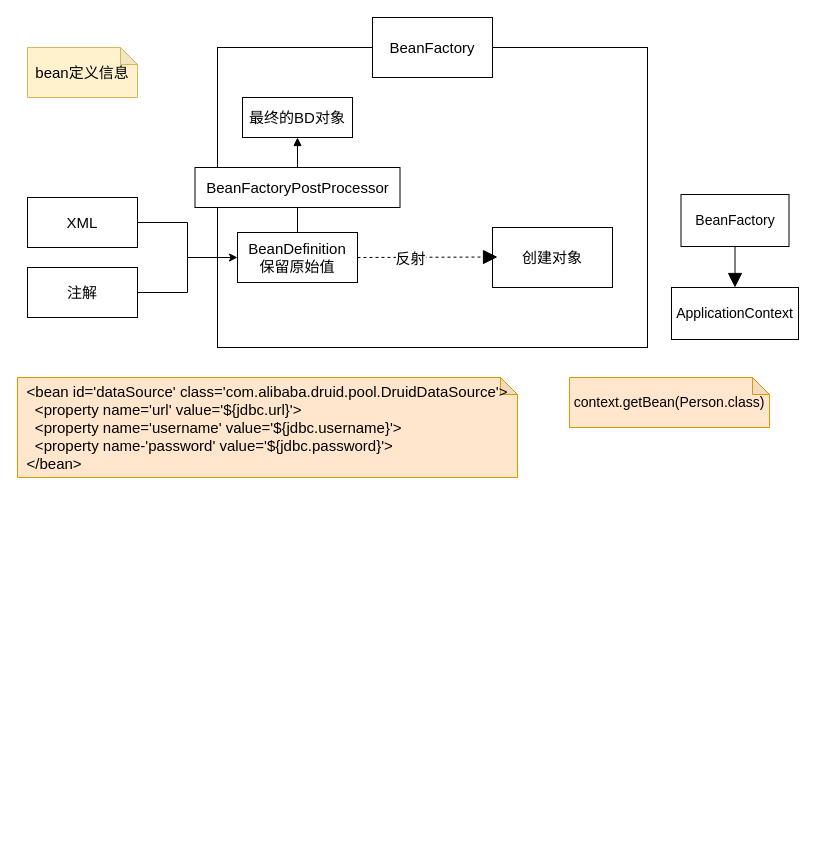
This is study/Spring学习.drawio from Chris-z-su/wollo, a draw.io file, before an edit. Source tidied: cells renumbered, new cells numbered last; positions are measured from the earlier drawing's top-left corner, leaving out a move shared by most shapes. Both pictures are drawn from the tidied source at 100%, with x=0, y=0 at pixel (17, 17).
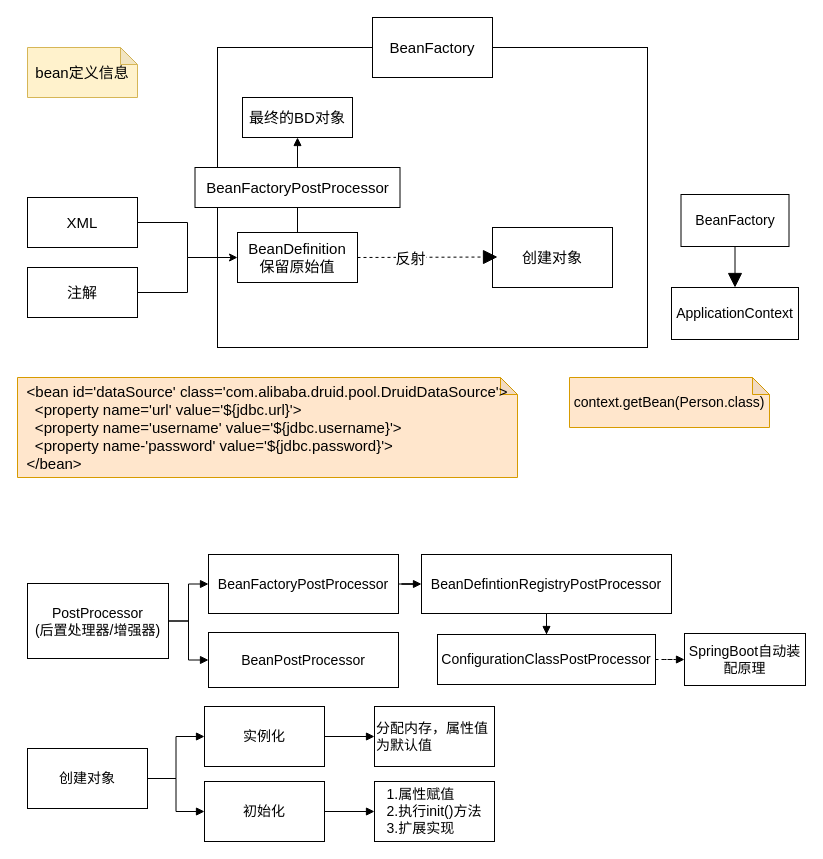
The same diagram, later.

The edit, as a diff of the source:
```diff
@@
+    <mxCell id="21" style="edgeStyle=orthogonalEdgeStyle;rounded=0;jettySize=auto;html=1;fontSize=14;endArrow=block;endFill=1;" parent="1" edge="1" source="23" target="24">
+      <mxGeometry relative="1" as="geometry" />
+    </mxCell>
+    <mxCell id="22" style="edgeStyle=orthogonalEdgeStyle;rounded=0;jettySize=auto;html=1;fontSize=14;endArrow=block;endFill=1;" parent="1" edge="1" source="23" target="26">
+      <mxGeometry relative="1" as="geometry" />
+    </mxCell>
+    <mxCell id="23" value="PostProcessor&lt;br&gt;(后置处理器/增强器)" style="rounded=0;whiteSpace=wrap;html=1;fontSize=14;" parent="1" vertex="1">
+      <mxGeometry x="10" y="566" width="141" height="75" as="geometry" />
+    </mxCell>
+    <mxCell id="24" value="BeanPostProcessor" style="rounded=0;whiteSpace=wrap;html=1;fontSize=14;" parent="1" vertex="1">
+      <mxGeometry x="191" y="615" width="190" height="55" as="geometry" />
+    </mxCell>
+    <mxCell id="25" style="edgeStyle=orthogonalEdgeStyle;rounded=0;jettySize=auto;html=1;fontSize=14;endArrow=block;endFill=1;" parent="1" edge="1" source="26" target="28">
+      <mxGeometry relative="1" as="geometry" />
+    </mxCell>
+    <mxCell id="26" value="BeanFactoryPostProcessor" style="rounded=0;whiteSpace=wrap;html=1;fontSize=14;" parent="1" vertex="1">
+      <mxGeometry x="191" y="537" width="190" height="59" as="geometry" />
+    </mxCell>
+    <mxCell id="27" style="edgeStyle=orthogonalEdgeStyle;rounded=0;jettySize=auto;html=1;fontSize=14;endArrow=block;endFill=1;" parent="1" edge="1" source="28" target="30">
+      <mxGeometry relative="1" as="geometry" />
+    </mxCell>
+    <mxCell id="28" value="BeanDefintionRegistryPostProcessor" style="rounded=0;whiteSpace=wrap;html=1;fontSize=14;" parent="1" vertex="1">
+      <mxGeometry x="404" y="537" width="250" height="59" as="geometry" />
+    </mxCell>
+    <mxCell id="29" style="edgeStyle=orthogonalEdgeStyle;rounded=0;jettySize=auto;html=1;fontSize=14;endArrow=block;endFill=1;dashed=1;" parent="1" edge="1" source="30" target="31">
+      <mxGeometry relative="1" as="geometry" />
+    </mxCell>
+    <mxCell id="30" value="ConfigurationClassPostProcessor" style="rounded=0;whiteSpace=wrap;html=1;fontSize=14;" parent="1" vertex="1">
+      <mxGeometry x="420" y="617" width="218" height="50" as="geometry" />
+    </mxCell>
+    <mxCell id="31" value="SpringBoot自动装配原理" style="rounded=0;whiteSpace=wrap;html=1;fontSize=14;" parent="1" vertex="1">
+      <mxGeometry x="667" y="616" width="121" height="52" as="geometry" />
+    </mxCell>
+    <mxCell id="32" style="edgeStyle=orthogonalEdgeStyle;rounded=0;jettySize=auto;html=1;fontSize=14;endArrow=block;endFill=1;" parent="1" edge="1" source="34" target="36">
+      <mxGeometry relative="1" as="geometry" />
+    </mxCell>
+    <mxCell id="33" style="edgeStyle=orthogonalEdgeStyle;rounded=0;jettySize=auto;html=1;fontSize=14;endArrow=block;endFill=1;" parent="1" edge="1" source="34" target="38">
+      <mxGeometry relative="1" as="geometry" />
+    </mxCell>
+    <mxCell id="34" value="创建对象" style="rounded=0;whiteSpace=wrap;html=1;fontSize=14;" parent="1" vertex="1">
+      <mxGeometry x="10" y="731" width="120" height="60" as="geometry" />
+    </mxCell>
+    <mxCell id="35" style="edgeStyle=orthogonalEdgeStyle;rounded=0;jettySize=auto;html=1;fontSize=14;endArrow=block;endFill=1;" parent="1" edge="1" source="36" target="39">
+      <mxGeometry relative="1" as="geometry" />
+    </mxCell>
+    <mxCell id="36" value="实例化" style="whiteSpace=wrap;html=1;rounded=0;fontSize=14;" parent="1" vertex="1">
+      <mxGeometry x="187" y="689" width="120" height="60" as="geometry" />
+    </mxCell>
+    <mxCell id="37" style="edgeStyle=orthogonalEdgeStyle;rounded=0;jettySize=auto;html=1;fontSize=14;endArrow=block;endFill=1;" parent="1" edge="1" source="38" target="40">
+      <mxGeometry relative="1" as="geometry" />
+    </mxCell>
+    <mxCell id="38" value="初始化" style="whiteSpace=wrap;html=1;rounded=0;fontSize=14;" parent="1" vertex="1">
+      <mxGeometry x="187" y="764" width="120" height="60" as="geometry" />
+    </mxCell>
+    <mxCell id="39" value="分配内存，属性值为默认值" style="whiteSpace=wrap;html=1;rounded=0;fontSize=14;align=left;" parent="1" vertex="1">
+      <mxGeometry x="357" y="689" width="120" height="60" as="geometry" />
+    </mxCell>
+    <mxCell id="40" value="&lt;div style=&quot;text-align: left&quot;&gt;&lt;span&gt;1.属性赋值&lt;/span&gt;&lt;/div&gt;&lt;div style=&quot;text-align: left&quot;&gt;&lt;span&gt;2.执行init()方法&lt;/span&gt;&lt;/div&gt;&lt;div style=&quot;text-align: left&quot;&gt;&lt;span&gt;3.扩展实现&lt;/span&gt;&lt;/div&gt;" style="whiteSpace=wrap;html=1;rounded=0;fontSize=14;" parent="1" vertex="1">
+      <mxGeometry x="357" y="764" width="120" height="60" as="geometry" />
+    </mxCell>
```
